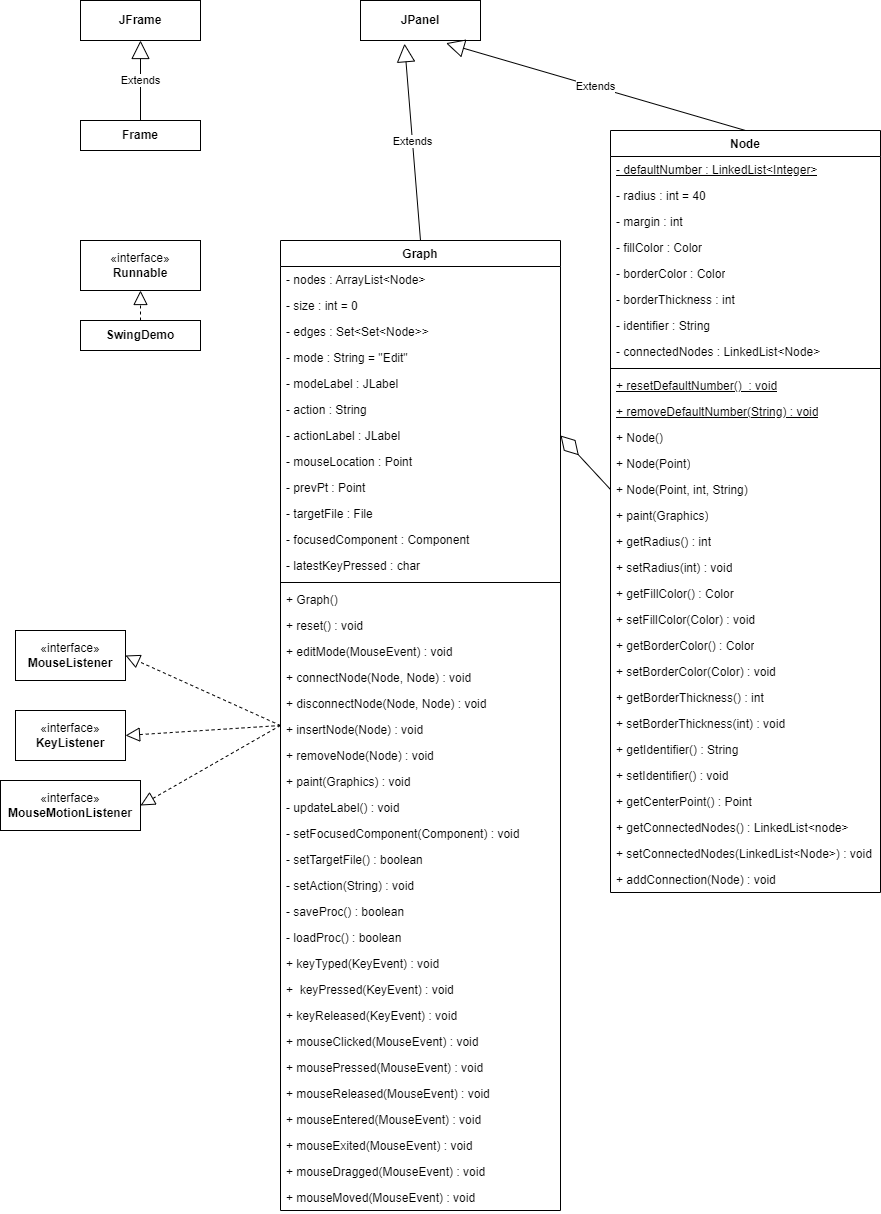
Before: assets/GUI.drawio.png, a diagram exported from draw.io (Ezo-Tanuki/Graph-GUI). Source tidied: cells renumbered, new cells last; positions are measured from the earlier drawing's top-left corner, leaving out a move shared by most shapes.
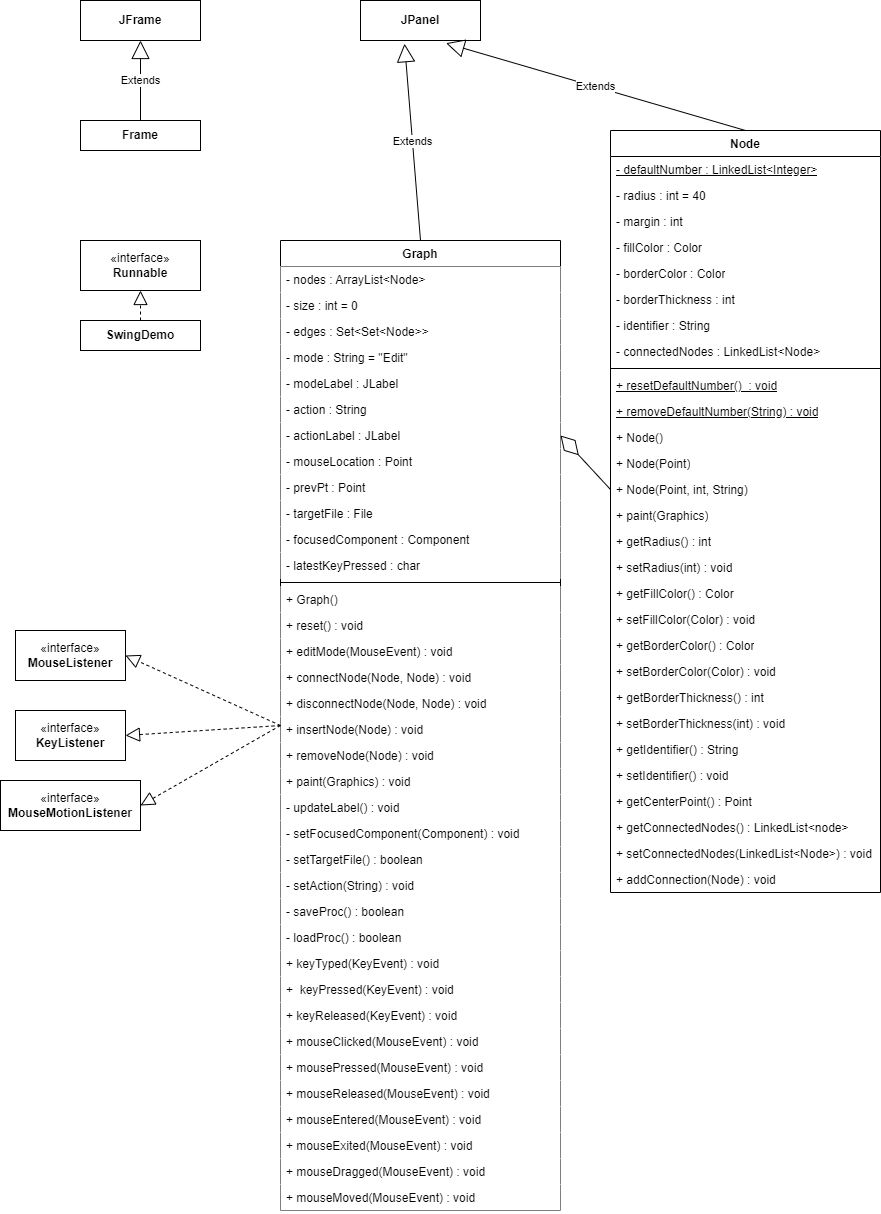
The same file after the commit.

Diff of the diagram source:
```diff
@@ -1,122 +1,122 @@
-<mxGraphModel>
+<mxGraphModel background="#ffffff">
   <root>
     <mxCell id="0" />
     <mxCell id="1" parent="0" />
     <mxCell id="2" value="Graph" style="swimlane;fontStyle=1;align=center;verticalAlign=top;horizontal=1;startSize=26;rounded=0;shadow=0;strokeWidth=1;" parent="1" vertex="1">
       <mxGeometry x="280" y="240" width="280" height="970" as="geometry" />
     </mxCell>
-    <mxCell id="3" value="- nodes : ArrayList&lt;Node&gt;" style="text;align=left;verticalAlign=top;spacingLeft=4;spacingRight=4;overflow=hidden;" parent="2" vertex="1">
+    <mxCell id="3" value="- nodes : ArrayList&lt;Node&gt;" style="text;align=left;verticalAlign=top;spacingLeft=4;spacingRight=4;overflow=hidden;fillColor=default;" parent="2" vertex="1">
       <mxGeometry y="26" width="280" height="26" as="geometry" />
     </mxCell>
-    <mxCell id="4" value="- size : int = 0" style="text;align=left;verticalAlign=top;spacingLeft=4;spacingRight=4;overflow=hidden;rounded=0;shadow=0;html=0;" parent="2" vertex="1">
+    <mxCell id="4" value="- size : int = 0" style="text;align=left;verticalAlign=top;spacingLeft=4;spacingRight=4;overflow=hidden;rounded=0;shadow=0;html=0;fillColor=default;" parent="2" vertex="1">
       <mxGeometry y="52" width="280" height="26" as="geometry" />
     </mxCell>
-    <mxCell id="5" value="- edges : Set&lt;Set&lt;Node&gt;&gt;" style="text;align=left;verticalAlign=top;spacingLeft=4;spacingRight=4;overflow=hidden;rounded=0;shadow=0;html=0;" parent="2" vertex="1">
+    <mxCell id="5" value="- edges : Set&lt;Set&lt;Node&gt;&gt;" style="text;align=left;verticalAlign=top;spacingLeft=4;spacingRight=4;overflow=hidden;rounded=0;shadow=0;html=0;fillColor=default;" parent="2" vertex="1">
       <mxGeometry y="78" width="280" height="26" as="geometry" />
     </mxCell>
-    <mxCell id="6" value="- mode : String = &quot;Edit&quot;" style="text;align=left;verticalAlign=top;spacingLeft=4;spacingRight=4;overflow=hidden;rounded=0;shadow=0;html=0;" parent="2" vertex="1">
+    <mxCell id="6" value="- mode : String = &quot;Edit&quot;" style="text;align=left;verticalAlign=top;spacingLeft=4;spacingRight=4;overflow=hidden;rounded=0;shadow=0;html=0;fillColor=default;" parent="2" vertex="1">
       <mxGeometry y="104" width="280" height="26" as="geometry" />
     </mxCell>
-    <mxCell id="7" value="- modeLabel : JLabel" style="text;align=left;verticalAlign=top;spacingLeft=4;spacingRight=4;overflow=hidden;rounded=0;shadow=0;html=0;" parent="2" vertex="1">
+    <mxCell id="7" value="- modeLabel : JLabel" style="text;align=left;verticalAlign=top;spacingLeft=4;spacingRight=4;overflow=hidden;rounded=0;shadow=0;html=0;fillColor=default;" parent="2" vertex="1">
       <mxGeometry y="130" width="280" height="26" as="geometry" />
     </mxCell>
-    <mxCell id="8" value="- action : String" style="text;align=left;verticalAlign=top;spacingLeft=4;spacingRight=4;overflow=hidden;rounded=0;shadow=0;html=0;" parent="2" vertex="1">
+    <mxCell id="8" value="- action : String" style="text;align=left;verticalAlign=top;spacingLeft=4;spacingRight=4;overflow=hidden;rounded=0;shadow=0;html=0;fillColor=default;" parent="2" vertex="1">
       <mxGeometry y="156" width="280" height="26" as="geometry" />
     </mxCell>
-    <mxCell id="9" value="- actionLabel : JLabel" style="text;align=left;verticalAlign=top;spacingLeft=4;spacingRight=4;overflow=hidden;points=[[0,0.5],[1,0.5]];portConstraint=eastwest;rounded=0;shadow=0;html=0;" parent="2" vertex="1">
+    <mxCell id="9" value="- actionLabel : JLabel" style="text;align=left;verticalAlign=top;spacingLeft=4;spacingRight=4;overflow=hidden;points=[[0,0.5],[1,0.5]];portConstraint=eastwest;rounded=0;shadow=0;html=0;fillColor=default;" parent="2" vertex="1">
       <mxGeometry y="182" width="280" height="26" as="geometry" />
     </mxCell>
-    <mxCell id="10" value="- mouseLocation : Point" style="text;align=left;verticalAlign=top;spacingLeft=4;spacingRight=4;overflow=hidden;rounded=0;shadow=0;html=0;" parent="2" vertex="1">
+    <mxCell id="10" value="- mouseLocation : Point" style="text;align=left;verticalAlign=top;spacingLeft=4;spacingRight=4;overflow=hidden;rounded=0;shadow=0;html=0;fillColor=default;" parent="2" vertex="1">
       <mxGeometry y="208" width="280" height="26" as="geometry" />
     </mxCell>
-    <mxCell id="11" value="- prevPt : Point" style="text;align=left;verticalAlign=top;spacingLeft=4;spacingRight=4;overflow=hidden;rounded=0;shadow=0;html=0;" parent="2" vertex="1">
+    <mxCell id="11" value="- prevPt : Point" style="text;align=left;verticalAlign=top;spacingLeft=4;spacingRight=4;overflow=hidden;rounded=0;shadow=0;html=0;fillColor=default;" parent="2" vertex="1">
       <mxGeometry y="234" width="280" height="26" as="geometry" />
     </mxCell>
-    <mxCell id="12" value="- targetFile : File" style="text;align=left;verticalAlign=top;spacingLeft=4;spacingRight=4;overflow=hidden;rounded=0;shadow=0;html=0;" parent="2" vertex="1">
+    <mxCell id="12" value="- targetFile : File" style="text;align=left;verticalAlign=top;spacingLeft=4;spacingRight=4;overflow=hidden;rounded=0;shadow=0;html=0;fillColor=default;" parent="2" vertex="1">
       <mxGeometry y="260" width="280" height="26" as="geometry" />
     </mxCell>
-    <mxCell id="13" value="- focusedComponent : Component" style="text;align=left;verticalAlign=top;spacingLeft=4;spacingRight=4;overflow=hidden;rounded=0;shadow=0;html=0;" parent="2" vertex="1">
+    <mxCell id="13" value="- focusedComponent : Component" style="text;align=left;verticalAlign=top;spacingLeft=4;spacingRight=4;overflow=hidden;rounded=0;shadow=0;html=0;fillColor=default;" parent="2" vertex="1">
       <mxGeometry y="286" width="280" height="26" as="geometry" />
     </mxCell>
-    <mxCell id="14" value="- latestKeyPressed : char" style="text;align=left;verticalAlign=top;spacingLeft=4;spacingRight=4;overflow=hidden;rounded=0;shadow=0;html=0;" parent="2" vertex="1">
+    <mxCell id="14" value="- latestKeyPressed : char" style="text;align=left;verticalAlign=top;spacingLeft=4;spacingRight=4;overflow=hidden;rounded=0;shadow=0;html=0;fillColor=default;" parent="2" vertex="1">
       <mxGeometry y="312" width="280" height="26" as="geometry" />
     </mxCell>
     <mxCell id="15" style="line;html=1;strokeWidth=1;align=left;verticalAlign=middle;spacingTop=-1;spacingLeft=3;spacingRight=3;labelPosition=right;" parent="2" vertex="1">
       <mxGeometry y="338" width="280" height="8" as="geometry" />
     </mxCell>
-    <mxCell id="16" value="+ Graph() " style="text;align=left;verticalAlign=top;spacingLeft=4;spacingRight=4;overflow=hidden;" parent="2" vertex="1">
+    <mxCell id="16" value="+ Graph() " style="text;align=left;verticalAlign=top;spacingLeft=4;spacingRight=4;overflow=hidden;fillColor=default;" parent="2" vertex="1">
       <mxGeometry y="346" width="280" height="26" as="geometry" />
     </mxCell>
-    <mxCell id="17" value="+ reset() : void" style="text;align=left;verticalAlign=top;spacingLeft=4;spacingRight=4;overflow=hidden;" parent="2" vertex="1">
+    <mxCell id="17" value="+ reset() : void" style="text;align=left;verticalAlign=top;spacingLeft=4;spacingRight=4;overflow=hidden;fillColor=default;" parent="2" vertex="1">
       <mxGeometry y="372" width="280" height="26" as="geometry" />
     </mxCell>
-    <mxCell id="18" value="+ editMode(MouseEvent) : void" style="text;align=left;verticalAlign=top;spacingLeft=4;spacingRight=4;overflow=hidden;" parent="2" vertex="1">
+    <mxCell id="18" value="+ editMode(MouseEvent) : void" style="text;align=left;verticalAlign=top;spacingLeft=4;spacingRight=4;overflow=hidden;fillColor=default;" parent="2" vertex="1">
       <mxGeometry y="398" width="280" height="26" as="geometry" />
     </mxCell>
-    <mxCell id="19" value="+ connectNode(Node, Node) : void" style="text;align=left;verticalAlign=top;spacingLeft=4;spacingRight=4;overflow=hidden;" parent="2" vertex="1">
+    <mxCell id="19" value="+ connectNode(Node, Node) : void" style="text;align=left;verticalAlign=top;spacingLeft=4;spacingRight=4;overflow=hidden;fillColor=default;" parent="2" vertex="1">
       <mxGeometry y="424" width="280" height="26" as="geometry" />
     </mxCell>
-    <mxCell id="20" value="+ disconnectNode(Node, Node) : void" style="text;align=left;verticalAlign=top;spacingLeft=4;spacingRight=4;overflow=hidden;" parent="2" vertex="1">
+    <mxCell id="20" value="+ disconnectNode(Node, Node) : void" style="text;align=left;verticalAlign=top;spacingLeft=4;spacingRight=4;overflow=hidden;fillColor=default;" parent="2" vertex="1">
       <mxGeometry y="450" width="280" height="26" as="geometry" />
     </mxCell>
-    <mxCell id="21" value="+ insertNode(Node) : void" style="text;align=left;verticalAlign=top;spacingLeft=4;spacingRight=4;overflow=hidden;" parent="2" vertex="1">
+    <mxCell id="21" value="+ insertNode(Node) : void" style="text;align=left;verticalAlign=top;spacingLeft=4;spacingRight=4;overflow=hidden;fillColor=default;" parent="2" vertex="1">
       <mxGeometry y="476" width="280" height="26" as="geometry" />
     </mxCell>
-    <mxCell id="22" value="+ removeNode(Node) : void" style="text;align=left;verticalAlign=top;spacingLeft=4;spacingRight=4;overflow=hidden;" parent="2" vertex="1">
+    <mxCell id="22" value="+ removeNode(Node) : void" style="text;align=left;verticalAlign=top;spacingLeft=4;spacingRight=4;overflow=hidden;fillColor=default;" parent="2" vertex="1">
       <mxGeometry y="502" width="280" height="26" as="geometry" />
     </mxCell>
-    <mxCell id="23" value="+ paint(Graphics) : void" style="text;align=left;verticalAlign=top;spacingLeft=4;spacingRight=4;overflow=hidden;" parent="2" vertex="1">
+    <mxCell id="23" value="+ paint(Graphics) : void" style="text;align=left;verticalAlign=top;spacingLeft=4;spacingRight=4;overflow=hidden;fillColor=default;" parent="2" vertex="1">
       <mxGeometry y="528" width="280" height="26" as="geometry" />
     </mxCell>
-    <mxCell id="24" value="- updateLabel() : void" style="text;align=left;verticalAlign=top;spacingLeft=4;spacingRight=4;overflow=hidden;" parent="2" vertex="1">
+    <mxCell id="24" value="- updateLabel() : void" style="text;align=left;verticalAlign=top;spacingLeft=4;spacingRight=4;overflow=hidden;fillColor=default;" parent="2" vertex="1">
       <mxGeometry y="554" width="280" height="26" as="geometry" />
     </mxCell>
-    <mxCell id="25" value="- setFocusedComponent(Component) : void" style="text;align=left;verticalAlign=top;spacingLeft=4;spacingRight=4;overflow=hidden;" parent="2" vertex="1">
+    <mxCell id="25" value="- setFocusedComponent(Component) : void" style="text;align=left;verticalAlign=top;spacingLeft=4;spacingRight=4;overflow=hidden;fillColor=default;" parent="2" vertex="1">
       <mxGeometry y="580" width="280" height="26" as="geometry" />
     </mxCell>
-    <mxCell id="26" value="- setTargetFile() : boolean" style="text;align=left;verticalAlign=top;spacingLeft=4;spacingRight=4;overflow=hidden;" parent="2" vertex="1">
+    <mxCell id="26" value="- setTargetFile() : boolean" style="text;align=left;verticalAlign=top;spacingLeft=4;spacingRight=4;overflow=hidden;fillColor=default;" parent="2" vertex="1">
       <mxGeometry y="606" width="280" height="26" as="geometry" />
     </mxCell>
-    <mxCell id="27" value="- setAction(String) : void" style="text;align=left;verticalAlign=top;spacingLeft=4;spacingRight=4;overflow=hidden;" parent="2" vertex="1">
+    <mxCell id="27" value="- setAction(String) : void" style="text;align=left;verticalAlign=top;spacingLeft=4;spacingRight=4;overflow=hidden;fillColor=default;" parent="2" vertex="1">
       <mxGeometry y="632" width="280" height="26" as="geometry" />
     </mxCell>
-    <mxCell id="28" value="- saveProc() : boolean" style="text;align=left;verticalAlign=top;spacingLeft=4;spacingRight=4;overflow=hidden;" parent="2" vertex="1">
+    <mxCell id="28" value="- saveProc() : boolean" style="text;align=left;verticalAlign=top;spacingLeft=4;spacingRight=4;overflow=hidden;fillColor=default;" parent="2" vertex="1">
       <mxGeometry y="658" width="280" height="26" as="geometry" />
     </mxCell>
-    <mxCell id="29" value="- loadProc() : boolean" style="text;align=left;verticalAlign=top;spacingLeft=4;spacingRight=4;overflow=hidden;" parent="2" vertex="1">
+    <mxCell id="29" value="- loadProc() : boolean" style="text;align=left;verticalAlign=top;spacingLeft=4;spacingRight=4;overflow=hidden;fillColor=default;" parent="2" vertex="1">
       <mxGeometry y="684" width="280" height="26" as="geometry" />
     </mxCell>
-    <mxCell id="30" value="+ keyTyped(KeyEvent) : void" style="text;align=left;verticalAlign=top;spacingLeft=4;spacingRight=4;overflow=hidden;" parent="2" vertex="1">
+    <mxCell id="30" value="+ keyTyped(KeyEvent) : void" style="text;align=left;verticalAlign=top;spacingLeft=4;spacingRight=4;overflow=hidden;fillColor=default;" parent="2" vertex="1">
       <mxGeometry y="710" width="280" height="26" as="geometry" />
     </mxCell>
-    <mxCell id="31" value="+  keyPressed(KeyEvent) : void" style="text;align=left;verticalAlign=top;spacingLeft=4;spacingRight=4;overflow=hidden;" parent="2" vertex="1">
+    <mxCell id="31" value="+  keyPressed(KeyEvent) : void" style="text;align=left;verticalAlign=top;spacingLeft=4;spacingRight=4;overflow=hidden;fillColor=default;" parent="2" vertex="1">
       <mxGeometry y="736" width="280" height="26" as="geometry" />
     </mxCell>
-    <mxCell id="32" value="+ keyReleased(KeyEvent) : void" style="text;align=left;verticalAlign=top;spacingLeft=4;spacingRight=4;overflow=hidden;" parent="2" vertex="1">
+    <mxCell id="32" value="+ keyReleased(KeyEvent) : void" style="text;align=left;verticalAlign=top;spacingLeft=4;spacingRight=4;overflow=hidden;fillColor=default;" parent="2" vertex="1">
       <mxGeometry y="762" width="280" height="26" as="geometry" />
     </mxCell>
-    <mxCell id="33" value="+ mouseClicked(MouseEvent) : void" style="text;align=left;verticalAlign=top;spacingLeft=4;spacingRight=4;overflow=hidden;" parent="2" vertex="1">
+    <mxCell id="33" value="+ mouseClicked(MouseEvent) : void" style="text;align=left;verticalAlign=top;spacingLeft=4;spacingRight=4;overflow=hidden;fillColor=default;" parent="2" vertex="1">
       <mxGeometry y="788" width="280" height="26" as="geometry" />
     </mxCell>
-    <mxCell id="34" value="+ mousePressed(MouseEvent) : void" style="text;align=left;verticalAlign=top;spacingLeft=4;spacingRight=4;overflow=hidden;" parent="2" vertex="1">
+    <mxCell id="34" value="+ mousePressed(MouseEvent) : void" style="text;align=left;verticalAlign=top;spacingLeft=4;spacingRight=4;overflow=hidden;fillColor=default;" parent="2" vertex="1">
       <mxGeometry y="814" width="280" height="26" as="geometry" />
     </mxCell>
-    <mxCell id="35" value="+ mouseReleased(MouseEvent) : void" style="text;align=left;verticalAlign=top;spacingLeft=4;spacingRight=4;overflow=hidden;" parent="2" vertex="1">
+    <mxCell id="35" value="+ mouseReleased(MouseEvent) : void" style="text;align=left;verticalAlign=top;spacingLeft=4;spacingRight=4;overflow=hidden;fillColor=default;" parent="2" vertex="1">
       <mxGeometry y="840" width="280" height="26" as="geometry" />
     </mxCell>
-    <mxCell id="36" value="+ mouseEntered(MouseEvent) : void" style="text;align=left;verticalAlign=top;spacingLeft=4;spacingRight=4;overflow=hidden;" parent="2" vertex="1">
+    <mxCell id="36" value="+ mouseEntered(MouseEvent) : void" style="text;align=left;verticalAlign=top;spacingLeft=4;spacingRight=4;overflow=hidden;fillColor=default;" parent="2" vertex="1">
       <mxGeometry y="866" width="280" height="26" as="geometry" />
     </mxCell>
-    <mxCell id="37" value="+ mouseExited(MouseEvent) : void" style="text;align=left;verticalAlign=top;spacingLeft=4;spacingRight=4;overflow=hidden;" parent="2" vertex="1">
+    <mxCell id="37" value="+ mouseExited(MouseEvent) : void" style="text;align=left;verticalAlign=top;spacingLeft=4;spacingRight=4;overflow=hidden;fillColor=default;" parent="2" vertex="1">
       <mxGeometry y="892" width="280" height="26" as="geometry" />
     </mxCell>
-    <mxCell id="38" value="+ mouseDragged(MouseEvent) : void" style="text;align=left;verticalAlign=top;spacingLeft=4;spacingRight=4;overflow=hidden;" parent="2" vertex="1">
+    <mxCell id="38" value="+ mouseDragged(MouseEvent) : void" style="text;align=left;verticalAlign=top;spacingLeft=4;spacingRight=4;overflow=hidden;fillColor=default;" parent="2" vertex="1">
       <mxGeometry y="918" width="280" height="26" as="geometry" />
     </mxCell>
-    <mxCell id="39" value="+ mouseMoved(MouseEvent) : void" style="text;align=left;verticalAlign=top;spacingLeft=4;spacingRight=4;overflow=hidden;" parent="2" vertex="1">
+    <mxCell id="39" value="+ mouseMoved(MouseEvent) : void" style="text;align=left;verticalAlign=top;spacingLeft=4;spacingRight=4;overflow=hidden;fillColor=default;" parent="2" vertex="1">
       <mxGeometry y="944" width="280" height="26" as="geometry" />
     </mxCell>
-    <mxCell id="40" value="Node" style="swimlane;fontStyle=1;align=center;verticalAlign=top;horizontal=1;startSize=26;whiteSpace=wrap;html=1;strokeColor=default;" parent="1" vertex="1">
+    <mxCell id="40" value="Node" style="swimlane;fontStyle=1;align=center;verticalAlign=top;horizontal=1;startSize=26;whiteSpace=wrap;html=1;strokeColor=default;fillColor=default;swimlaneFillColor=default;" parent="1" vertex="1">
       <mxGeometry x="610" y="130" width="270" height="762" as="geometry" />
     </mxCell>
     <mxCell id="41" value="- defaultNumber : LinkedList&amp;lt;Integer&amp;gt;" style="text;strokeColor=none;fillColor=none;align=left;verticalAlign=top;spacingLeft=4;spacingRight=4;overflow=hidden;whiteSpace=wrap;html=1;fontStyle=4;" parent="40" vertex="1">
```
